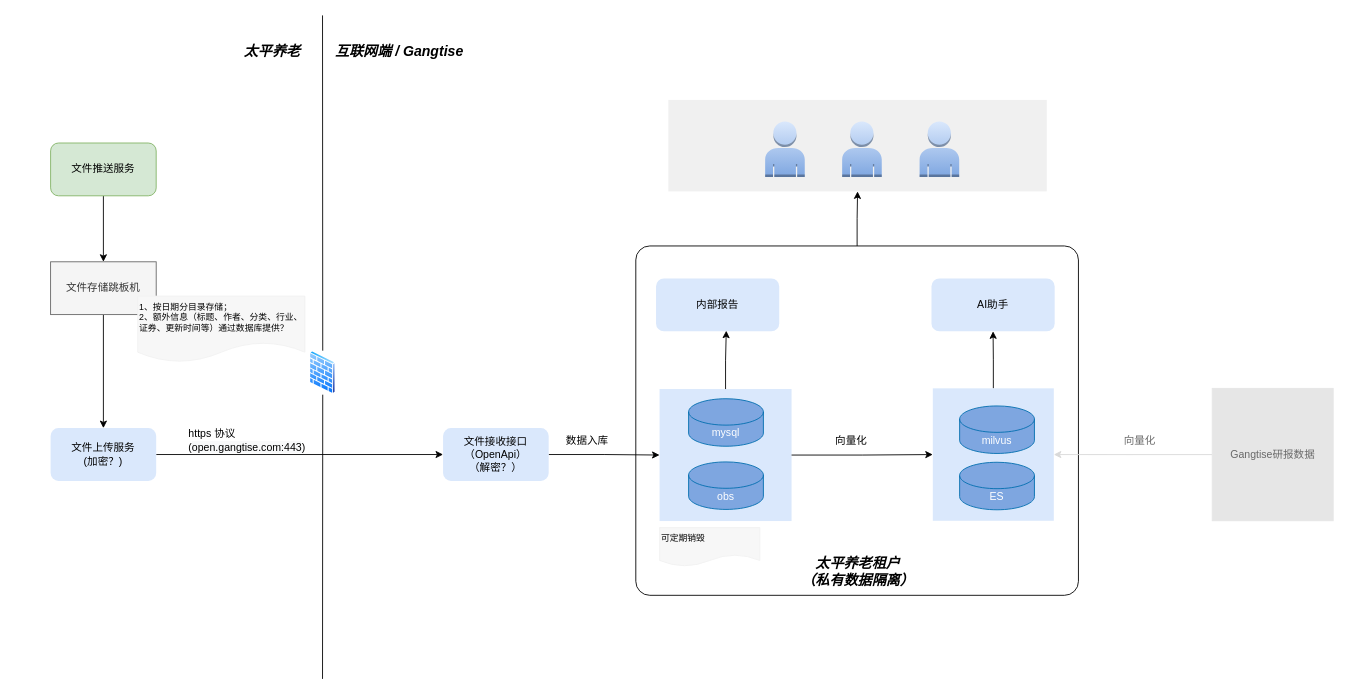
Before: 未命名绘图.drawio in EricDong0801/drawio-data, a draw.io diagram. Source tidied: cells renumbered, new cells numbered last; positions are measured from the earlier drawing's top-left corner, leaving out a move shared by most shapes. Both pictures are drawn from the tidied source at 88%, with x=0, y=0 at pixel (50, 15).
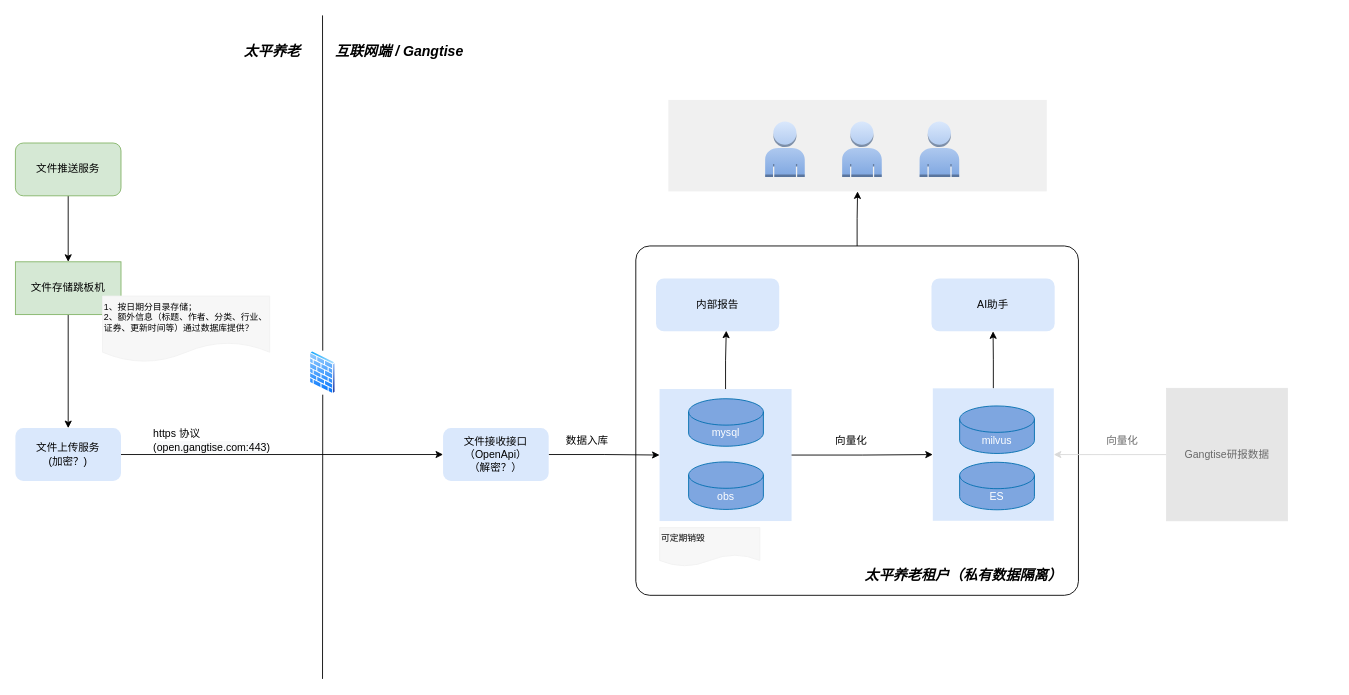
The same page after the edit.

Commit message (it also covers changes not shown here):
更新未命名绘图.drawio

Change to the diagram source:
```diff
@@
     <mxCell id="14" value="&lt;div&gt;文件上传服务&lt;/div&gt;&lt;div&gt;(加密？)&lt;br&gt;&lt;/div&gt;" style="rounded=1;whiteSpace=wrap;html=1;fillColor=#dae8fc;strokeColor=none;" parent="1" vertex="1">
-      <mxGeometry y="469" width="120" height="60" as="geometry" />
+      <mxGeometry x="-40" y="469" width="120" height="60" as="geometry" />
     </mxCell>
@@
-    <mxCell id="16" value="文件存储跳板机" style="rounded=0;whiteSpace=wrap;html=1;fillColor=#f5f5f5;strokeColor=#666666;fontColor=#333333;" parent="1" vertex="1">
-      <mxGeometry y="280" width="120" height="60" as="geometry" />
+    <mxCell id="16" value="文件存储跳板机" style="rounded=0;whiteSpace=wrap;html=1;fillColor=#d5e8d4;strokeColor=#82b366;" parent="1" vertex="1">
+      <mxGeometry x="-40" y="280" width="120" height="60" as="geometry" />
     </mxCell>
@@
     <mxCell id="20" value="文件推送服务" style="rounded=1;whiteSpace=wrap;html=1;fillColor=#d5e8d4;strokeColor=#82b366;" parent="1" vertex="1">
-      <mxGeometry y="145" width="120" height="60" as="geometry" />
+      <mxGeometry x="-40" y="145" width="120" height="60" as="geometry" />
     </mxCell>
@@
     <mxCell id="31" value="&lt;div style=&quot;font-size: 10px;&quot;&gt;1、按日期分目录存储；&lt;/div&gt;&lt;div style=&quot;font-size: 10px;&quot;&gt;2、额外信息（标题、作者、分类、行业、证券、更新时间等）通过数据库提供？&lt;/div&gt;" style="shape=document;whiteSpace=wrap;html=1;boundedLbl=1;align=left;verticalAlign=top;strokeColor=#F2F2F2;fillColor=#F7F7F7;fontSize=10;" parent="1" vertex="1">
-      <mxGeometry x="99" y="319" width="190" height="75" as="geometry" />
+      <mxGeometry x="59" y="319" width="190" height="75" as="geometry" />
     </mxCell>
@@
     <mxCell id="37" value="Gangtise研报数据" style="rounded=0;whiteSpace=wrap;html=1;strokeColor=#E6E6E6;fillColor=#E6E6E6;fontColor=#696969;" parent="1" vertex="1">
-      <mxGeometry x="1320" y="423.8" width="137.5" height="150.5" as="geometry" />
+      <mxGeometry x="1268" y="423.8" width="137.5" height="150.5" as="geometry" />
     </mxCell>
     <mxCell id="38" value="向量化" style="text;html=1;align=center;verticalAlign=middle;whiteSpace=wrap;rounded=0;fontColor=#696969;" parent="1" vertex="1">
-      <mxGeometry x="1208" y="467.8" width="60" height="30" as="geometry" />
+      <mxGeometry x="1188" y="467.8" width="60" height="30" as="geometry" />
     </mxCell>
-    <mxCell id="39" value="&lt;div&gt;太平养老租户&lt;/div&gt;&lt;div&gt;（私有数据隔离）&lt;br&gt;&lt;/div&gt;" style="text;html=1;strokeColor=none;fillColor=none;align=center;verticalAlign=middle;whiteSpace=wrap;rounded=0;dashed=1;dashPattern=1 1;fontSize=16;fontStyle=3;" parent="1" vertex="1">
-      <mxGeometry x="831.8" y="622" width="170.8" height="20" as="geometry" />
+    <mxCell id="39" value="&lt;div&gt;太平养老租户（私有数据隔离）&lt;br&gt;&lt;/div&gt;" style="text;html=1;strokeColor=none;fillColor=none;align=center;verticalAlign=middle;whiteSpace=wrap;rounded=0;dashed=1;dashPattern=1 1;fontSize=16;fontStyle=3;" parent="1" vertex="1">
+      <mxGeometry x="892" y="626" width="291.2" height="20" as="geometry" />
     </mxCell>
     <mxCell id="40" value="&lt;div&gt;https 协议&lt;br&gt;&lt;/div&gt;&lt;div&gt;(&lt;span style=&quot;color: rgb(0, 0, 0); font-family: Helvetica; font-size: 12px; font-style: normal; font-variant-ligatures: normal; font-variant-caps: normal; font-weight: 400; letter-spacing: normal; text-indent: 0px; text-transform: none; white-space: nowrap; word-spacing: 0px; -webkit-text-stroke-width: 0px; background-color: rgb(248, 249, 250); text-decoration-thickness: initial; text-decoration-style: initial; text-decoration-color: initial; display: inline !important; float: none;&quot;&gt;open.gangtise.com:443&lt;/span&gt;)&lt;/div&gt;" style="text;html=1;align=left;verticalAlign=middle;whiteSpace=wrap;rounded=0;" parent="1" vertex="1">
-      <mxGeometry x="155" y="467.8" width="60" height="30" as="geometry" />
+      <mxGeometry x="115" y="467.8" width="60" height="30" as="geometry" />
     </mxCell>
```
